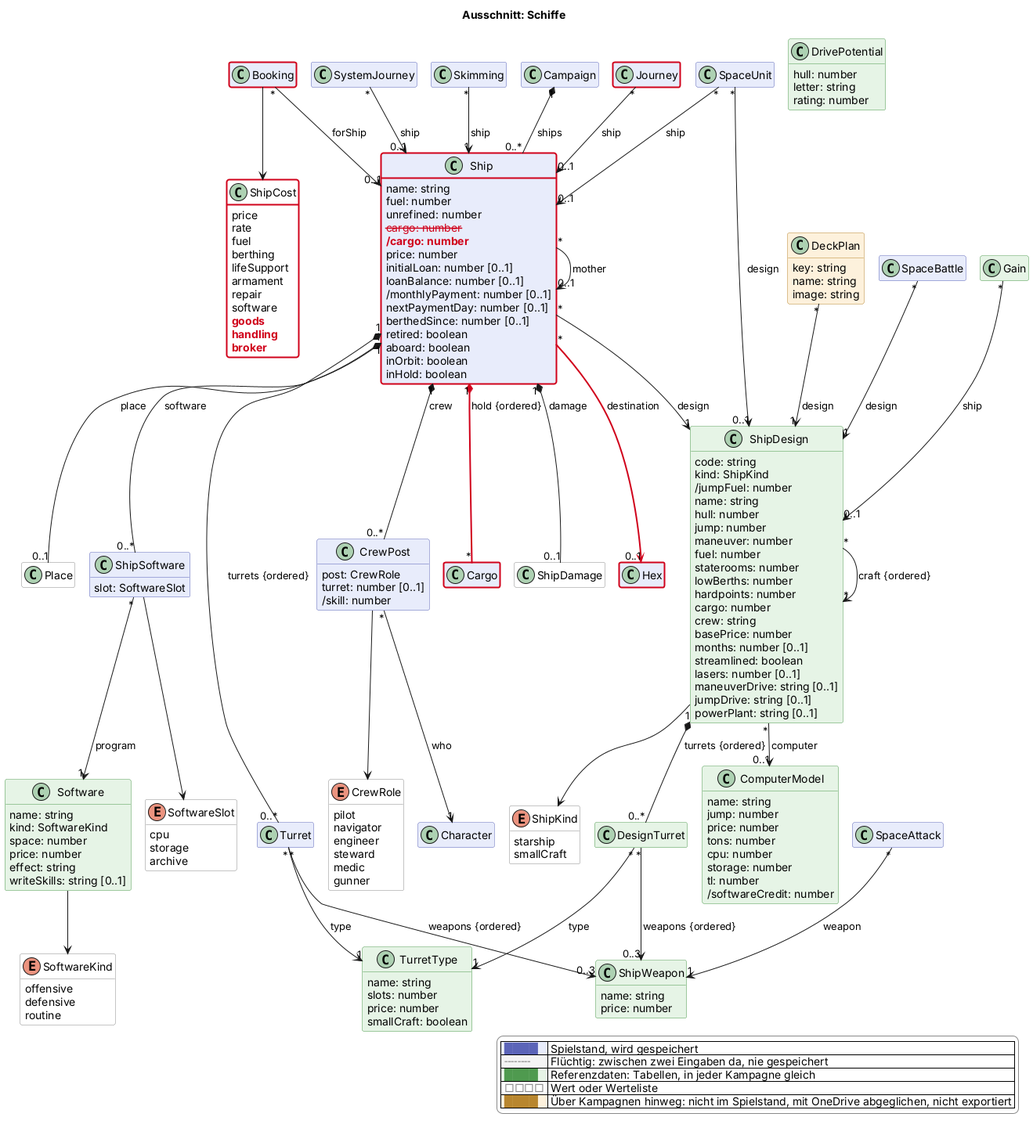
Above: docs/views/schiffe.png in scuzzar/SRE (PlantUML), before the change.
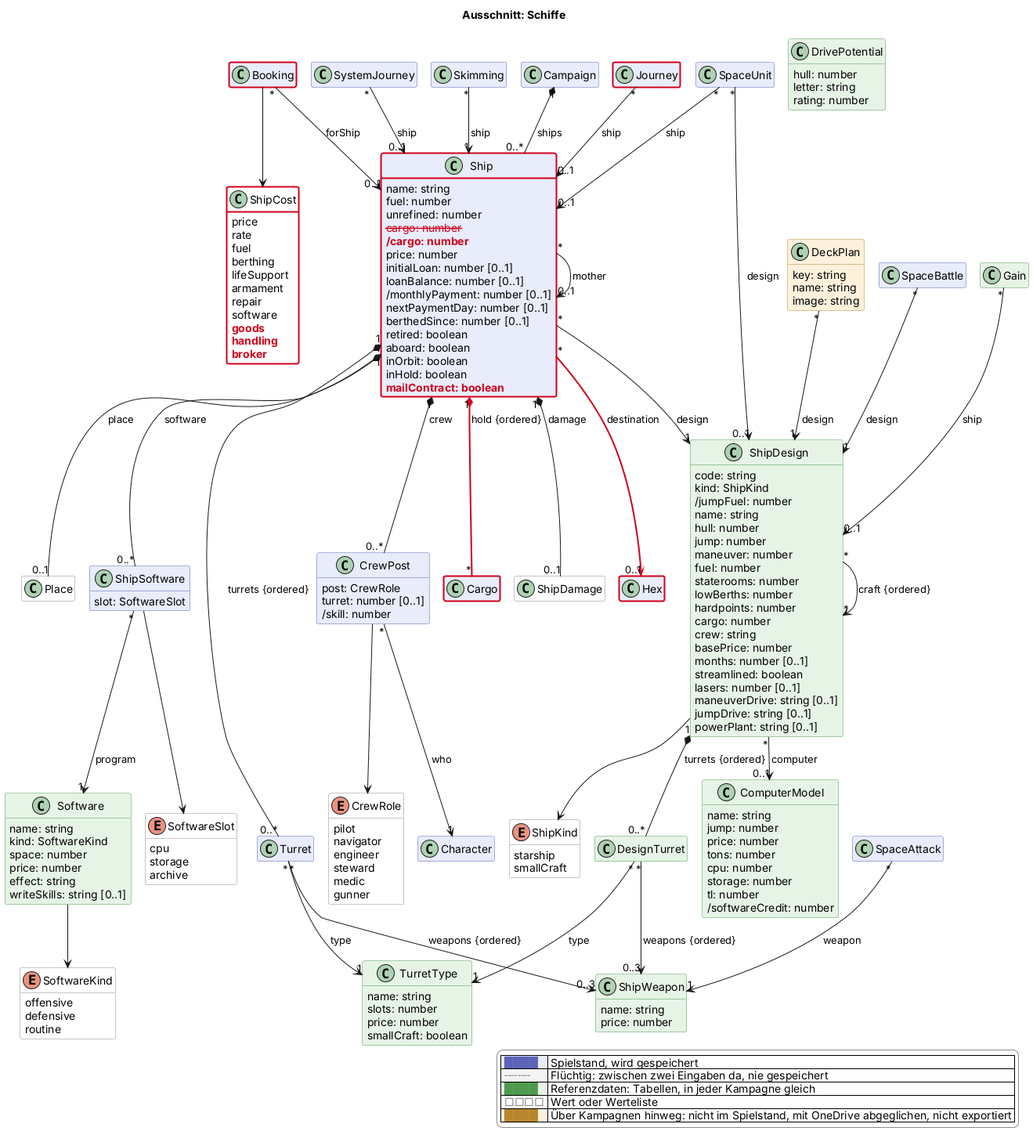
After the change.

What changed in the source:
```diff
@@ -89,6 +89,7 @@
     aboard: boolean
     inOrbit: boolean
     inHold: boolean
+    $new("2026-11-27", "mailContract: boolean")
   }
   enum ShipCost <<value>> $schiffe {
     price
```
